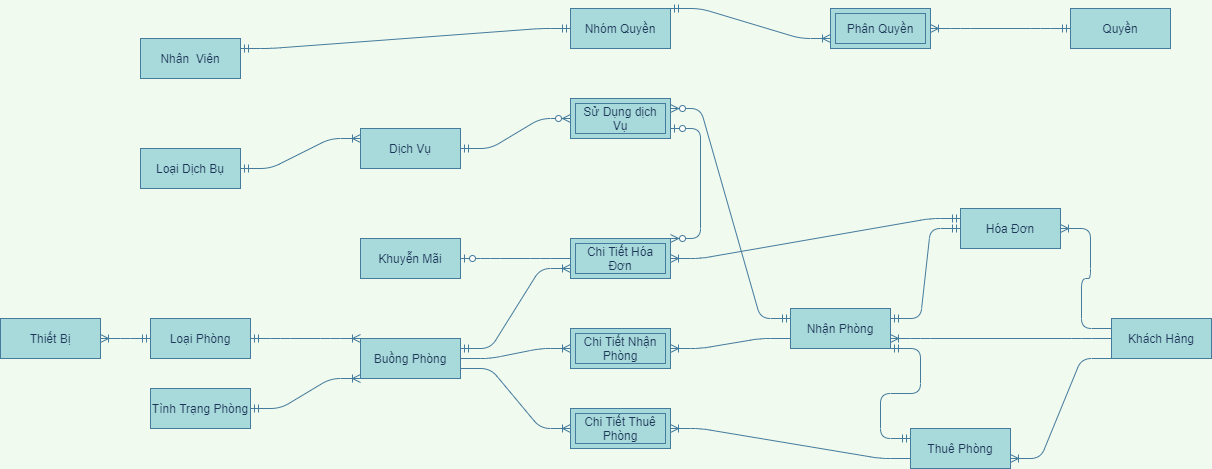
The draw.io diagram EntityRelationship-QLKS.png in maialino123/QLKS, before a commit. Source tidied: cells renumbered, new cells last; positions are measured from the earlier drawing's top-left corner, leaving out a move shared by most shapes.
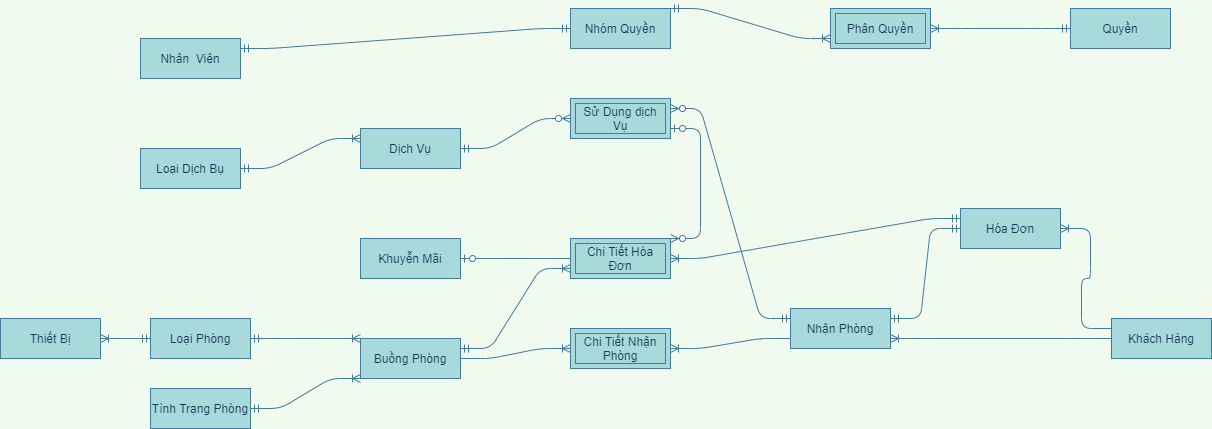
After the change.

Change to the diagram source:
```diff
@@ -17,24 +17,9 @@
     <mxCell id="6" style="edgeStyle=entityRelationEdgeStyle;fontSize=12;html=1;endArrow=ERoneToMany;strokeColor=#457B9D;fillColor=#A8DADC;entryX=0;entryY=0.5;entryDx=0;entryDy=0;labelBackgroundColor=#F1FAEE;fontColor=#1D3557;exitX=1;exitY=0.5;exitDx=0;exitDy=0;" parent="1" edge="1" source="38" target="5">
       <mxGeometry relative="1" as="geometry" />
     </mxCell>
-    <mxCell id="7" style="edgeStyle=entityRelationEdgeStyle;fontSize=12;html=1;endArrow=ERoneToMany;strokeColor=#457B9D;fillColor=#A8DADC;labelBackgroundColor=#F1FAEE;fontColor=#1D3557;exitX=0;exitY=0.75;exitDx=0;exitDy=0;" parent="1" edge="1" source="39" target="8">
-      <mxGeometry relative="1" as="geometry" />
-    </mxCell>
-    <mxCell id="8" value="Chi Tiết Thuê Phòng" style="shape=ext;margin=3;double=1;whiteSpace=wrap;html=1;align=center;strokeColor=#457B9D;fillColor=#A8DADC;fontColor=#1D3557;" parent="1" vertex="1">
-      <mxGeometry x="570" y="400" width="100" height="40" as="geometry" />
-    </mxCell>
-    <mxCell id="9" style="edgeStyle=entityRelationEdgeStyle;fontSize=12;html=1;endArrow=ERoneToMany;strokeColor=#457B9D;fillColor=#A8DADC;entryX=0;entryY=0.5;entryDx=0;entryDy=0;labelBackgroundColor=#F1FAEE;fontColor=#1D3557;exitX=1;exitY=0.75;exitDx=0;exitDy=0;" parent="1" edge="1" source="38" target="8">
-      <mxGeometry relative="1" as="geometry" />
-    </mxCell>
-    <mxCell id="10" style="edgeStyle=entityRelationEdgeStyle;fontSize=12;html=1;endArrow=ERoneToMany;strokeColor=#457B9D;fillColor=#A8DADC;labelBackgroundColor=#F1FAEE;fontColor=#1D3557;entryX=1;entryY=0.75;entryDx=0;entryDy=0;exitX=0;exitY=1;exitDx=0;exitDy=0;" parent="1" edge="1" source="41" target="39">
-      <mxGeometry relative="1" as="geometry" />
-    </mxCell>
     <mxCell id="11" style="edgeStyle=entityRelationEdgeStyle;fontSize=12;html=1;endArrow=ERoneToMany;strokeColor=#457B9D;fillColor=#A8DADC;labelBackgroundColor=#F1FAEE;fontColor=#1D3557;entryX=1;entryY=0.75;entryDx=0;entryDy=0;exitX=0;exitY=0.5;exitDx=0;exitDy=0;" parent="1" edge="1" source="41" target="40">
       <mxGeometry relative="1" as="geometry" />
     </mxCell>
-    <mxCell id="12" style="edgeStyle=entityRelationEdgeStyle;fontSize=12;html=1;endArrow=ERmandOne;startArrow=ERmandOne;strokeColor=#457B9D;fillColor=#A8DADC;labelBackgroundColor=#F1FAEE;fontColor=#1D3557;exitX=0;exitY=0.25;exitDx=0;exitDy=0;entryX=1;entryY=1;entryDx=0;entryDy=0;" parent="1" edge="1" source="39" target="40">
-      <mxGeometry relative="1" as="geometry" />
-    </mxCell>
     <mxCell id="13" style="edgeStyle=entityRelationEdgeStyle;fontSize=12;html=1;endArrow=ERoneToMany;strokeColor=#457B9D;fillColor=#A8DADC;labelBackgroundColor=#F1FAEE;fontColor=#1D3557;exitX=0;exitY=0.25;exitDx=0;exitDy=0;entryX=1;entryY=0.5;entryDx=0;entryDy=0;" parent="1" edge="1" source="41" target="42">
       <mxGeometry relative="1" as="geometry" />
     </mxCell>
@@ -113,9 +98,6 @@
     <mxCell id="38" value="Buồng Phòng" style="whiteSpace=wrap;html=1;align=center;rounded=0;sketch=0;strokeColor=#457B9D;fillColor=#A8DADC;fontColor=#1D3557;" parent="1" vertex="1">
       <mxGeometry x="360" y="330" width="100" height="40" as="geometry" />
     </mxCell>
-    <mxCell id="39" value="Thuê Phòng" style="whiteSpace=wrap;html=1;align=center;rounded=0;sketch=0;strokeColor=#457B9D;fillColor=#A8DADC;fontColor=#1D3557;" parent="1" vertex="1">
-      <mxGeometry x="910" y="420" width="100" height="40" as="geometry" />
-    </mxCell>
     <mxCell id="40" value="Nhận Phòng" style="whiteSpace=wrap;html=1;align=center;rounded=0;sketch=0;strokeColor=#457B9D;fillColor=#A8DADC;fontColor=#1D3557;" parent="1" vertex="1">
       <mxGeometry x="790" y="300" width="100" height="40" as="geometry" />
     </mxCell>
```
